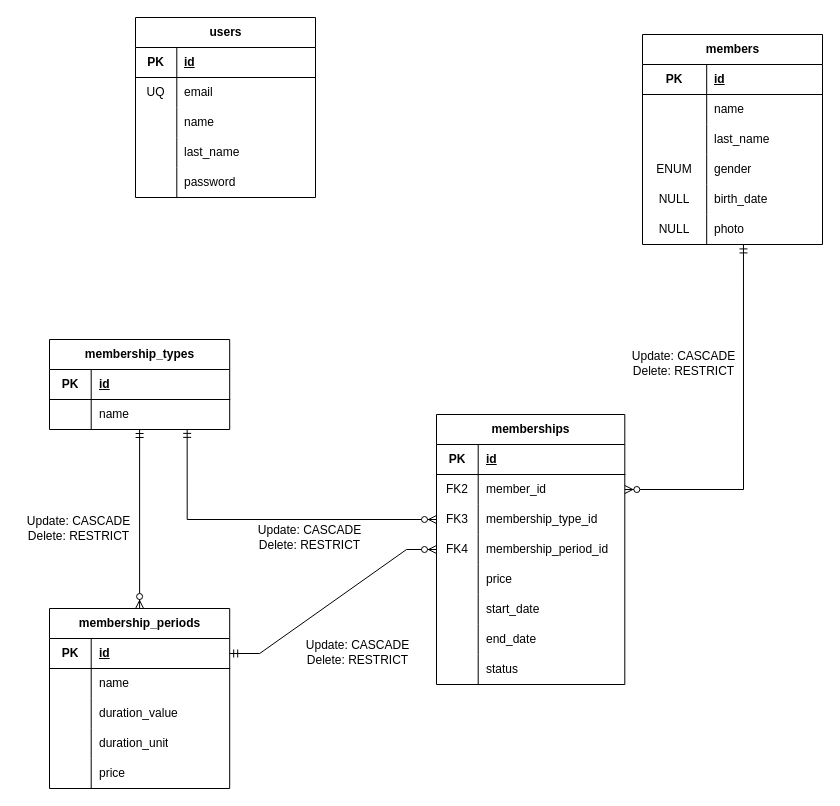
The draw.io diagram docs/logical-design.drawio in hdz-kevin/TecnoGym, before the edit. Source tidied: cells renumbered, new cells numbered last; positions are measured from the earlier drawing's top-left corner, leaving out a move shared by most shapes. Both pictures are drawn from the tidied source at 100%, with x=0, y=0 at pixel (17, 17).
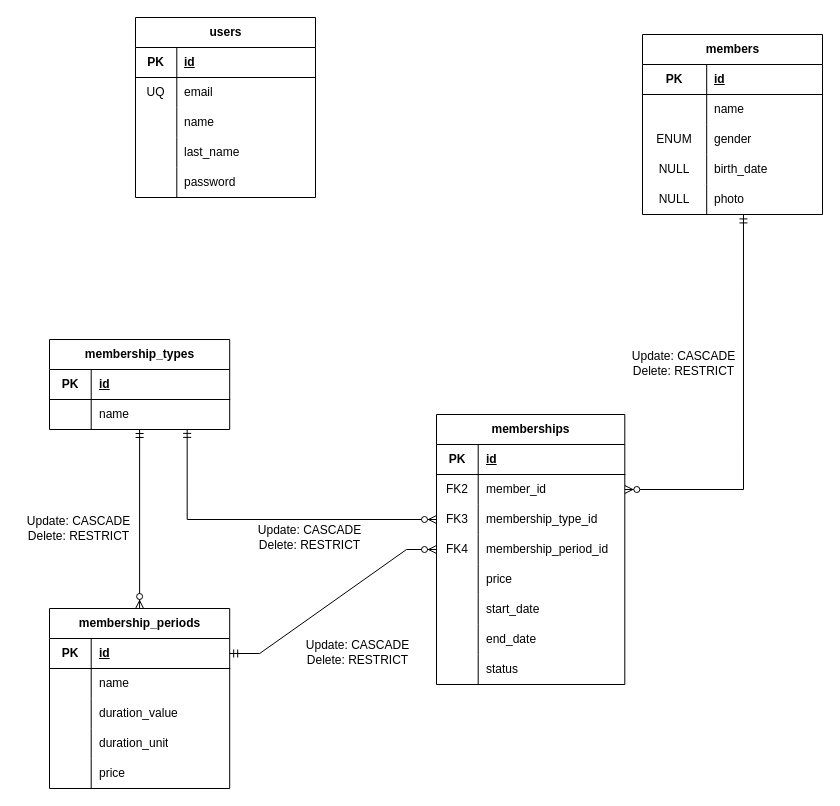
The same page after the edit.

Commit message (it also covers changes not shown here):
remove the unnecessary last_name property from Members

Diff of the diagram source:
```diff
@@
     <mxCell id="18" value="members" style="shape=table;startSize=30;childLayout=tableLayout;rowLines=0;fontStyle=1;align=center;html=1;" parent="1" vertex="1">
-      <mxGeometry x="625" y="17" width="180" height="210" as="geometry" />
+      <mxGeometry x="625" y="17" width="180" height="180" as="geometry" />
     </mxCell>
@@
-    <mxCell id="25" style="shape=tableRow;horizontal=0;startSize=0;swimlaneHead=0;swimlaneBody=0;fillColor=none;top=0;left=0;right=0;bottom=0;" parent="18" vertex="1">
-      <mxGeometry y="90" width="180" height="30" as="geometry" />
-    </mxCell>
-    <mxCell id="26" style="shape=partialRectangle;fillColor=none;top=0;left=0;bottom=0;right=0;overflow=hidden;whiteSpace=wrap;html=1;" parent="25" vertex="1">
-      <mxGeometry width="64.2" height="30" as="geometry" />
-    </mxCell>
-    <mxCell id="27" value="last_name" style="shape=partialRectangle;fillColor=none;top=0;left=0;bottom=0;right=0;align=left;spacingLeft=6;overflow=hidden;whiteSpace=wrap;html=1;" parent="25" vertex="1">
-      <mxGeometry x="64.2" width="115.8" height="30" as="geometry" />
-    </mxCell>
     <mxCell id="28" style="shape=tableRow;horizontal=0;startSize=0;swimlaneHead=0;swimlaneBody=0;fillColor=none;top=0;left=0;right=0;bottom=0;" parent="18" vertex="1">
-      <mxGeometry y="120" width="180" height="30" as="geometry" />
+      <mxGeometry y="90" width="180" height="30" as="geometry" />
     </mxCell>
@@
     <mxCell id="31" style="shape=tableRow;horizontal=0;startSize=0;swimlaneHead=0;swimlaneBody=0;fillColor=none;top=0;left=0;right=0;bottom=0;" parent="18" vertex="1">
-      <mxGeometry y="150" width="180" height="30" as="geometry" />
+      <mxGeometry y="120" width="180" height="30" as="geometry" />
     </mxCell>
@@
     <mxCell id="34" style="shape=tableRow;horizontal=0;startSize=0;swimlaneHead=0;swimlaneBody=0;fillColor=none;points=[[0,0.5],[1,0.5]];portConstraint=eastwest;top=0;left=0;right=0;bottom=0;" parent="18" vertex="1">
-      <mxGeometry y="180" width="180" height="30" as="geometry" />
+      <mxGeometry y="150" width="180" height="30" as="geometry" />
     </mxCell>
```
